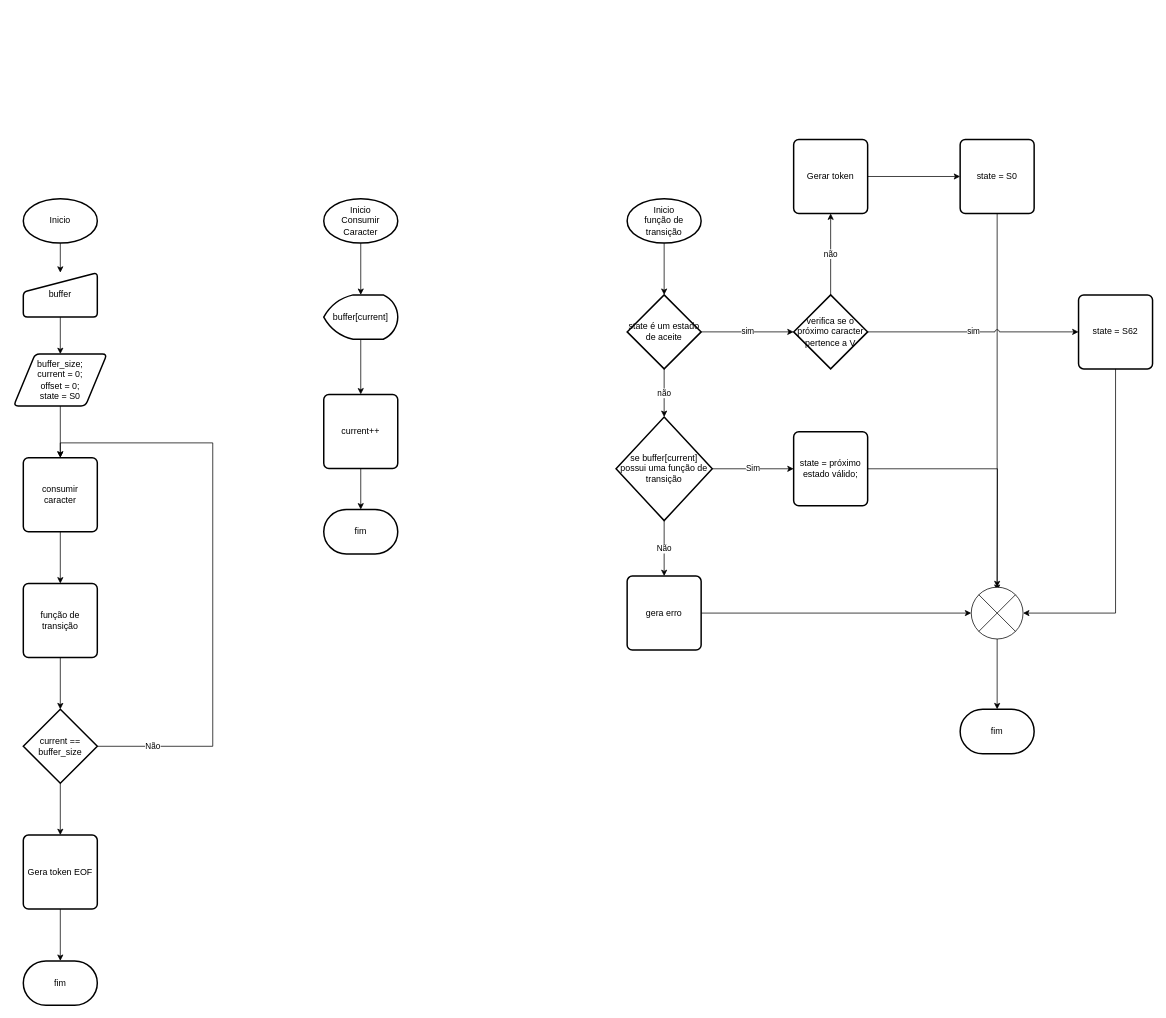
Gabriel-Araujo/rPascal keeps this draw.io diagram as adicionais/fluxograma automato.drawio. Above is the earlier version. Source tidied: cells renumbered, new cells numbered last; positions are measured from the earlier drawing's top-left corner, leaving out a move shared by most shapes. Both pictures are drawn from the tidied source at 74%, with x=0, y=0 at pixel (13, 139).
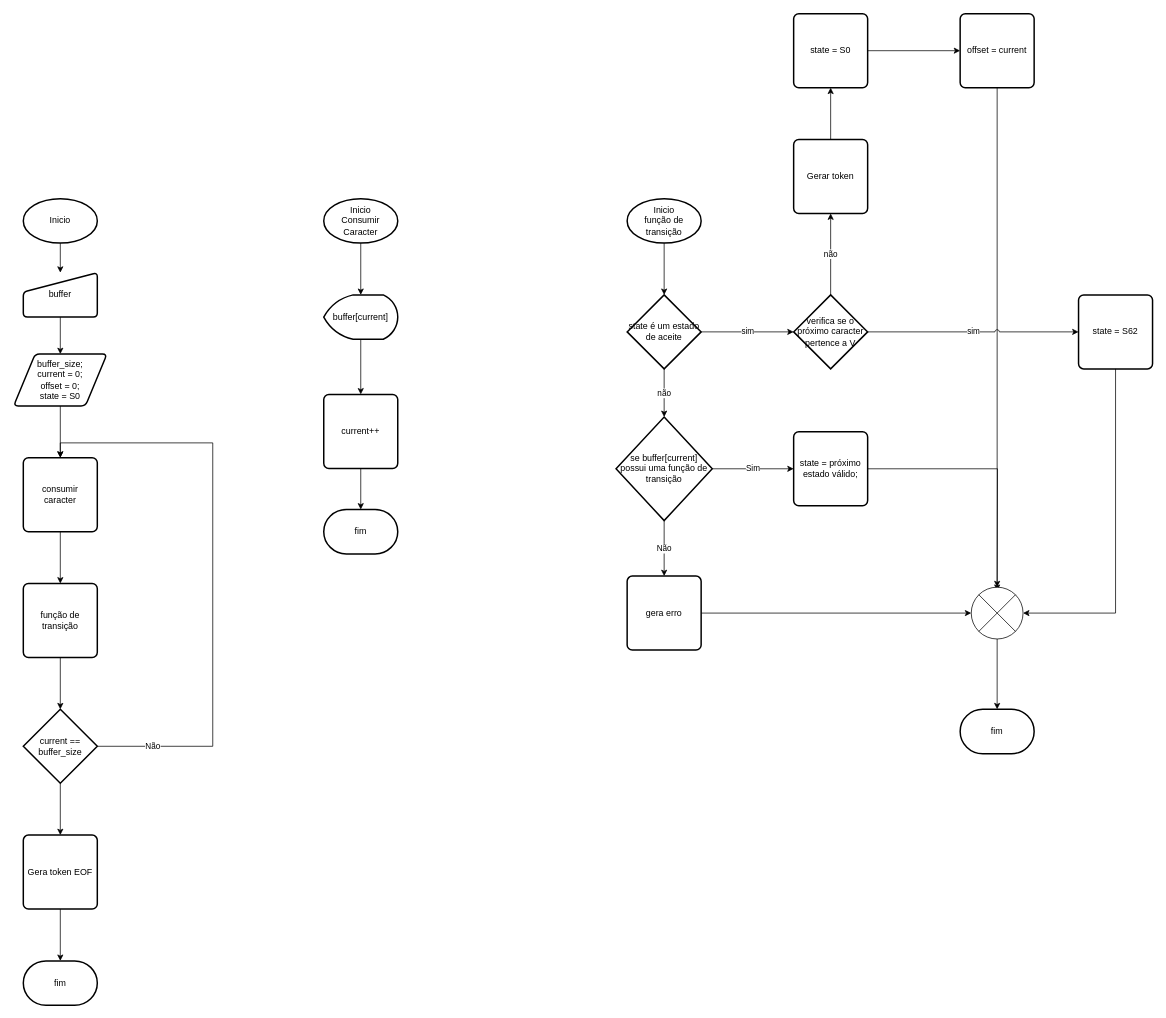
Above is the later version.

The change refers to these unchanged cells:
```xml
<mxCell id="37" value="Gerar token" style="rounded=1;whiteSpace=wrap;html=1;absoluteArcSize=1;arcSize=14;strokeWidth=2;" parent="1" vertex="1">
  <mxGeometry x="1054" width="100" height="100" as="geometry" />
</mxCell>
<mxCell id="40" style="verticalLabelPosition=bottom;verticalAlign=top;html=1;shape=mxgraph.flowchart.or;" parent="1" vertex="1">
  <mxGeometry x="1294" y="605" width="70" height="70" as="geometry" />
</mxCell>
```

Diff of the diagram source:
```diff
@@
-    <mxCell id="36" style="edgeStyle=orthogonalEdgeStyle;rounded=0;jettySize=auto;html=1;exitX=1;exitY=0.5;exitDx=0;exitDy=0;" parent="1" edge="1" source="37" target="38">
+    <mxCell id="36" style="edgeStyle=orthogonalEdgeStyle;rounded=0;jettySize=auto;html=1;exitX=0.5;exitY=0;exitDx=0;exitDy=0;entryX=0.5;entryY=1;entryDx=0;entryDy=0;" parent="1" edge="1" source="37" target="38">
       <mxGeometry relative="1" as="geometry" />
     </mxCell>
@@
+    <mxCell id="49" style="edgeStyle=orthogonalEdgeStyle;rounded=0;jettySize=auto;html=1;" parent="1" edge="1" source="38" target="50">
+      <mxGeometry relative="1" as="geometry" />
+    </mxCell>
     <mxCell id="38" value="state = S0" style="rounded=1;whiteSpace=wrap;html=1;absoluteArcSize=1;arcSize=14;strokeWidth=2;" parent="1" vertex="1">
-      <mxGeometry x="1279" width="100" height="100" as="geometry" />
+      <mxGeometry x="1054" y="-170" width="100" height="100" as="geometry" />
     </mxCell>
@@
-    <mxCell id="45" style="edgeStyle=orthogonalEdgeStyle;rounded=0;jettySize=auto;html=1;exitX=0.5;exitY=1;exitDx=0;exitDy=0;entryX=0.5;entryY=0;entryDx=0;entryDy=0;entryPerimeter=0;" parent="1" edge="1" source="38" target="40">
+    <mxCell id="45" style="edgeStyle=orthogonalEdgeStyle;rounded=0;jettySize=auto;html=1;entryX=0.5;entryY=0;entryDx=0;entryDy=0;entryPerimeter=0;exitX=0.5;exitY=1;exitDx=0;exitDy=0;" parent="1" edge="1" source="50" target="40">
       <mxGeometry relative="1" as="geometry" />
     </mxCell>
@@
+    <mxCell id="50" value="offset = current" style="rounded=1;whiteSpace=wrap;html=1;absoluteArcSize=1;arcSize=14;strokeWidth=2;" parent="1" vertex="1">
+      <mxGeometry x="1279" y="-170" width="100" height="100" as="geometry" />
+    </mxCell>
```
